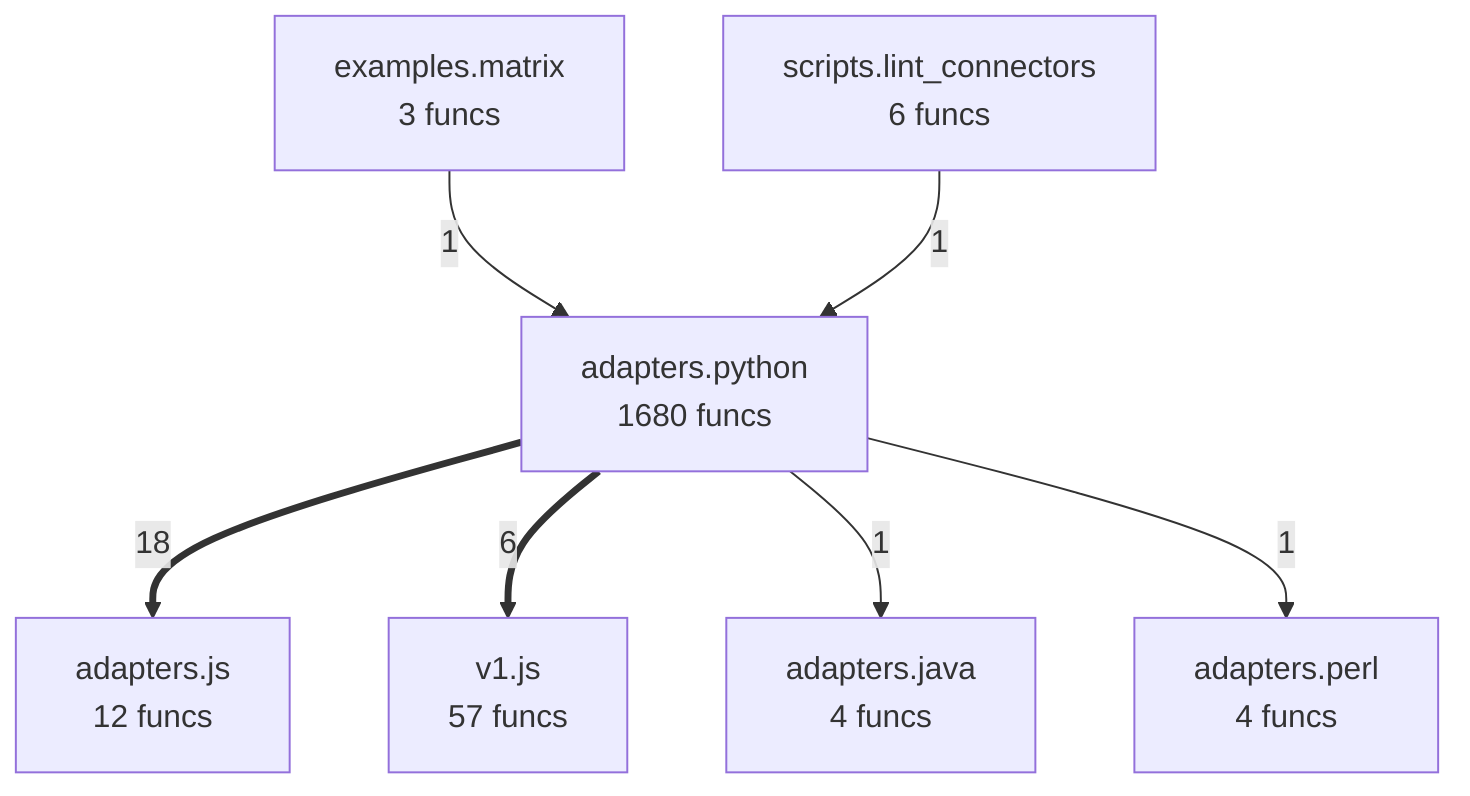
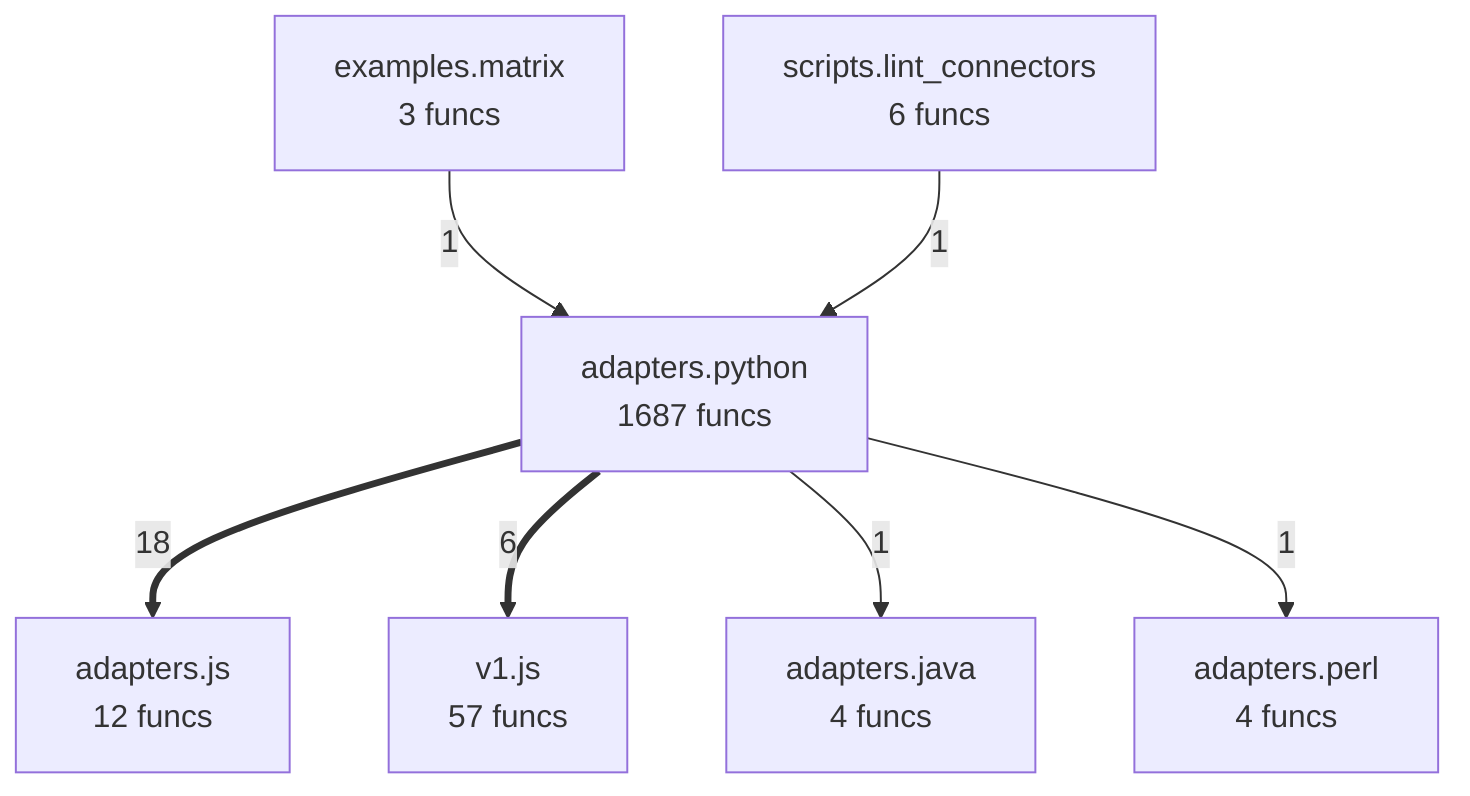
flowchart TD
%% generated in 0.04s
    adapters__java["adapters.java<br/>4 funcs"]
    adapters__js["adapters.js<br/>12 funcs"]
    adapters__perl["adapters.perl<br/>4 funcs"]
-     adapters__python["adapters.python<br/>1680 funcs"]
+     adapters__python["adapters.python<br/>1687 funcs"]
    examples__matrix["examples.matrix<br/>3 funcs"]
    scripts__lint_connectors["scripts.lint_connectors<br/>6 funcs"]
    v1__js["v1.js<br/>57 funcs"]
    adapters__python ==>|18| adapters__js
    adapters__python ==>|6| v1__js
    examples__matrix -->|1| adapters__python
    scripts__lint_connectors -->|1| adapters__python
    adapters__python -->|1| adapters__java
    adapters__python -->|1| adapters__perl
